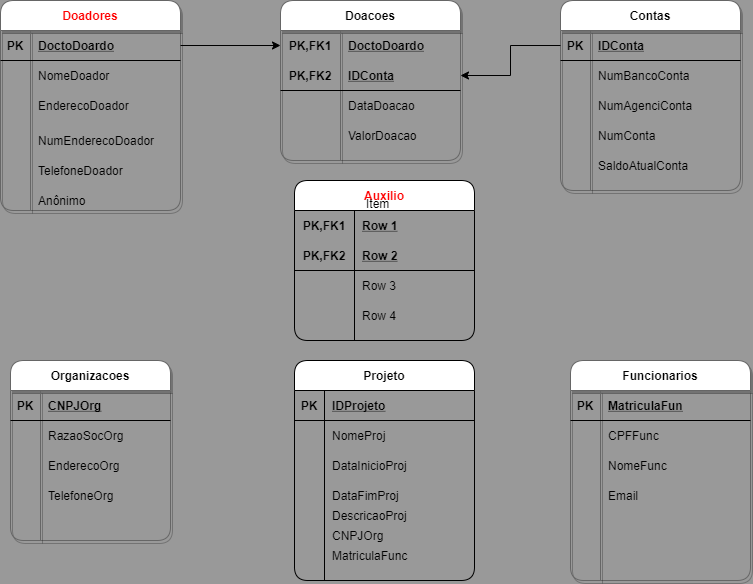
Earlier version of the draw.io export Untitled Diagram.png (CarlosECarvalho/ADModelagemDeInformacao). Source tidied: cells renumbered, new cells last; positions are measured from the earlier drawing's top-left corner, leaving out a move shared by most shapes.
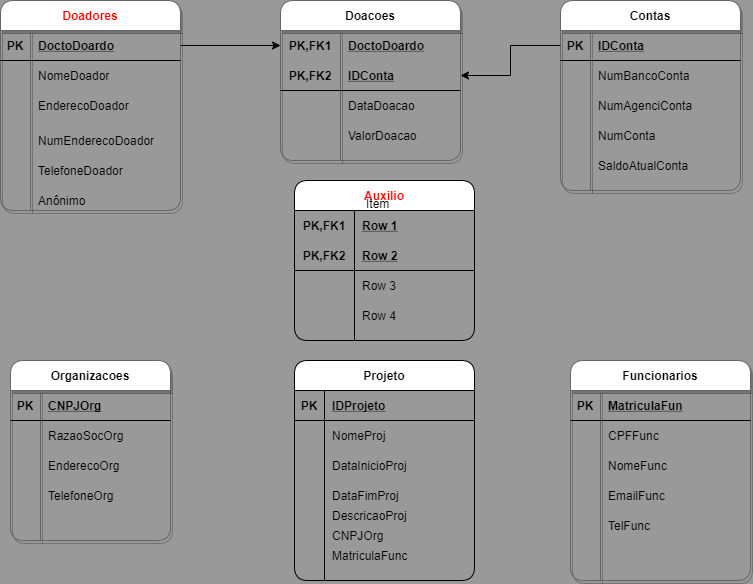
Later version of the same file.

Change to the diagram source:
```diff
@@ -116,7 +116,7 @@
     <mxCell id="39" style="shape=partialRectangle;fillColor=none;top=0;left=0;bottom=0;right=0;overflow=hidden;rounded=1;" parent="38" vertex="1">
       <mxGeometry width="30" height="30" as="geometry" />
     </mxCell>
-    <mxCell id="40" value="Email" style="shape=partialRectangle;fillColor=none;top=0;left=0;bottom=0;right=0;align=left;spacingLeft=6;overflow=hidden;rounded=1;" parent="38" vertex="1">
+    <mxCell id="40" value="EmailFunc" style="shape=partialRectangle;fillColor=none;top=0;left=0;bottom=0;right=0;align=left;spacingLeft=6;overflow=hidden;rounded=1;" parent="38" vertex="1">
       <mxGeometry x="30" width="150" height="30" as="geometry" />
     </mxCell>
     <mxCell id="41" value="Doacoes" style="shape=table;startSize=30;rowLines=0;fontStyle=1;align=center;shadow=1;glass=0;strokeColor=#666666;gradientColor=#ffffff;rounded=1;" parent="1" vertex="1">
@@ -299,5 +299,8 @@
     <mxCell id="100" value="MatriculaFunc" style="shape=partialRectangle;fillColor=none;top=0;left=0;bottom=0;right=0;align=left;spacingLeft=6;overflow=hidden;" parent="1" vertex="1">
       <mxGeometry x="324" y="540" width="136" height="30" as="geometry" />
     </mxCell>
+    <mxCell id="101" value="TelFunc" style="shape=partialRectangle;fillColor=none;top=0;left=0;bottom=0;right=0;align=left;spacingLeft=6;overflow=hidden;rounded=1;" parent="1" vertex="1">
+      <mxGeometry x="600" y="510" width="150" height="30" as="geometry" />
+    </mxCell>
   </root>
 </mxGraphModel>
```
